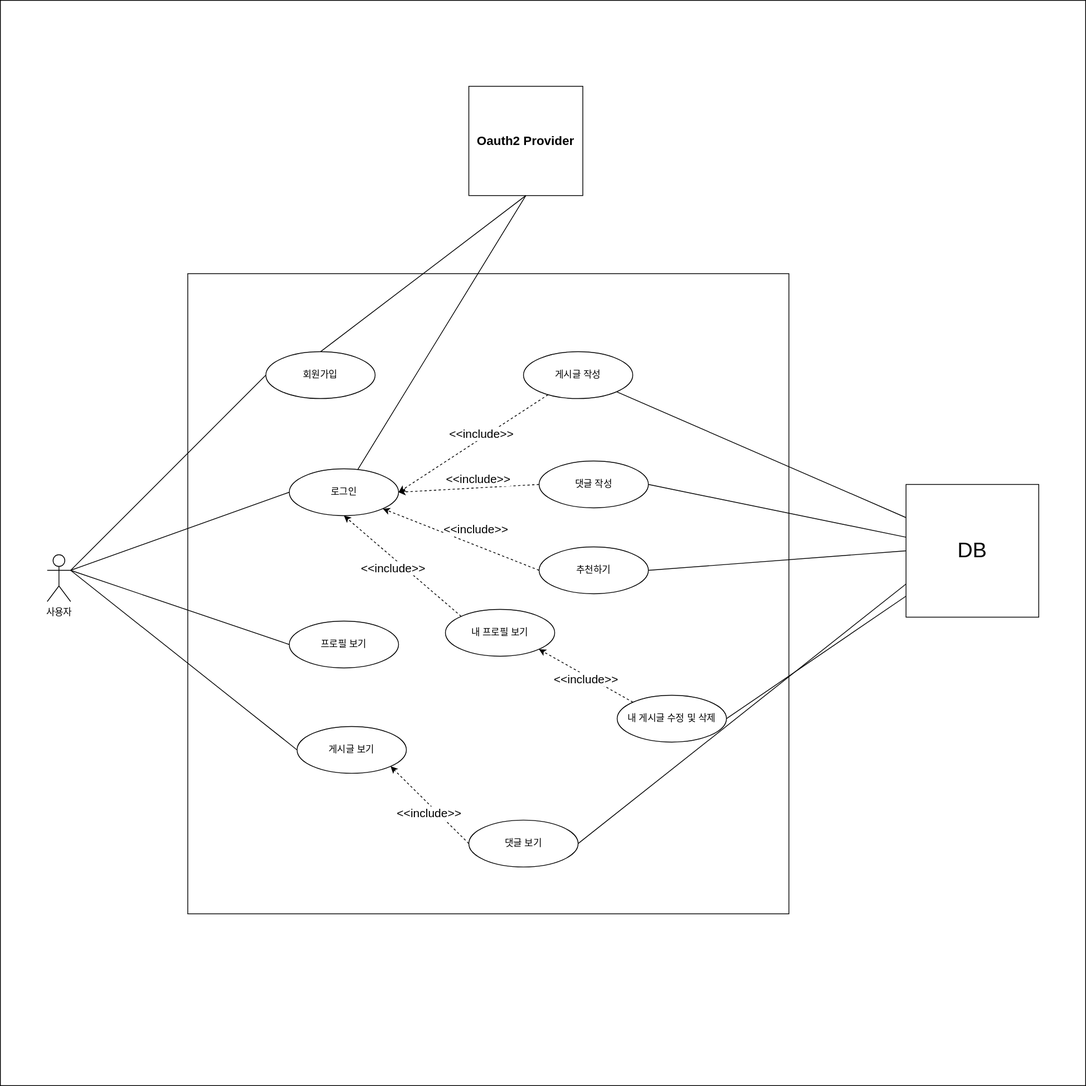
The draw.io diagram document/usecase.svg in leesh5000/DevLab-BE, before a commit. Source tidied: cells renumbered, new cells last; positions are measured from the earlier drawing's top-left corner, leaving out a move shared by most shapes.
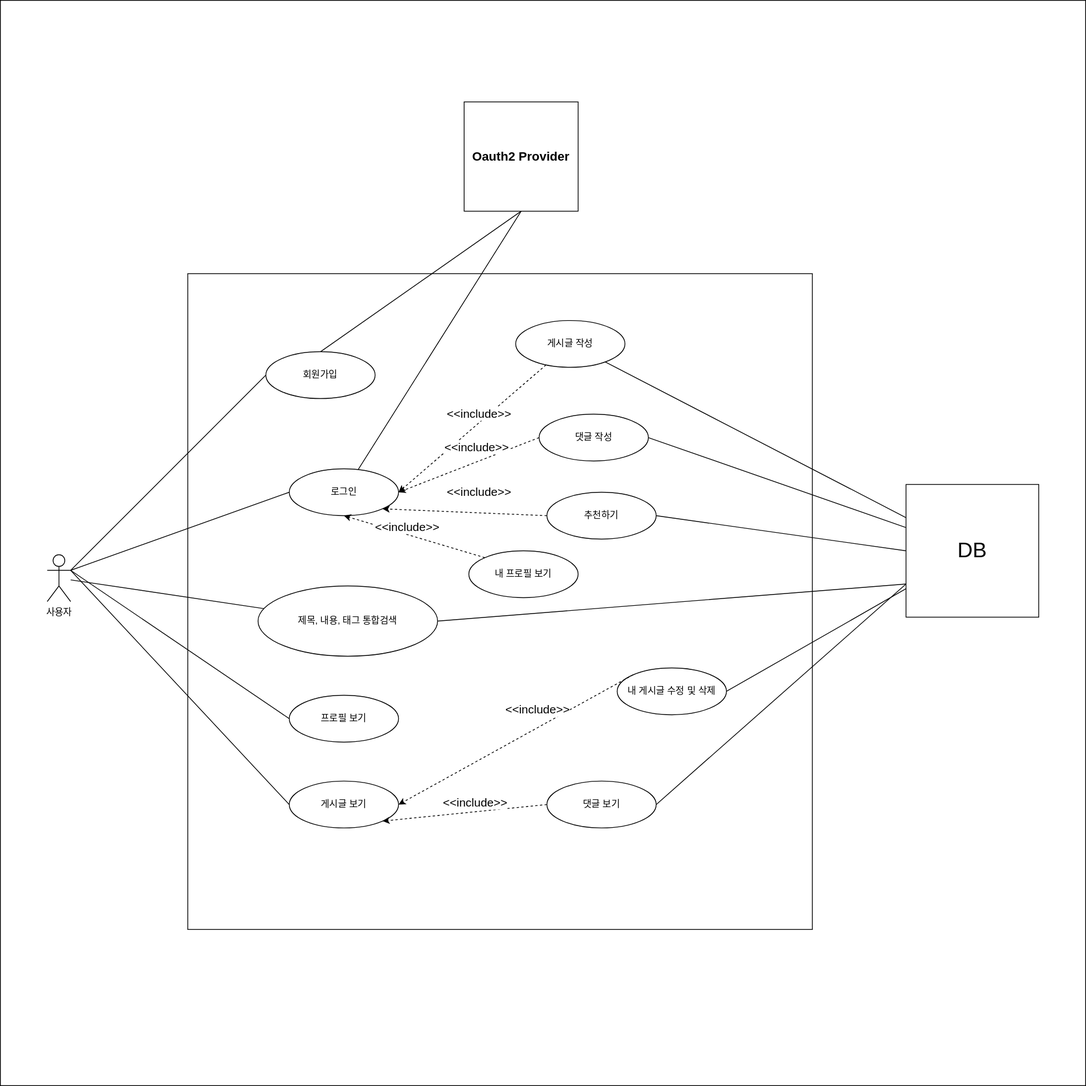
The same file after the commit.

Commit message:
#80 - 유즈케이스 수정

Change to the diagram source:
```diff
@@ -6,11 +6,14 @@
       <mxGeometry width="1390" height="1390" as="geometry" />
     </mxCell>
     <mxCell id="3" style="rounded=0;whiteSpace=wrap;html=1;" parent="1" vertex="1">
-      <mxGeometry x="240" y="350" width="770" height="820" as="geometry" />
+      <mxGeometry x="240" y="350" width="800" height="840" as="geometry" />
     </mxCell>
     <mxCell id="4" style="rounded=0;jettySize=auto;html=1;entryX=0;entryY=0.5;entryDx=0;entryDy=0;exitX=1;exitY=0.3333333333333333;exitDx=0;exitDy=0;exitPerimeter=0;endArrow=none;endFill=0;" parent="1" edge="1" source="5" target="7">
       <mxGeometry relative="1" as="geometry" />
     </mxCell>
+    <mxCell id="41" style="jettySize=auto;html=1;rounded=0;strokeColor=default;endArrow=none;endFill=0;" parent="1" edge="1" source="5" target="43">
+      <mxGeometry relative="1" as="geometry" />
+    </mxCell>
     <mxCell id="5" value="사용자" style="shape=umlActor;verticalLabelPosition=bottom;verticalAlign=top;html=1;" parent="1" vertex="1">
       <mxGeometry x="60" y="710" width="30" height="60" as="geometry" />
     </mxCell>
@@ -27,13 +30,13 @@
       <mxGeometry x="370" y="600" width="140" height="60" as="geometry" />
     </mxCell>
     <mxCell id="10" value="프로필 보기" style="ellipse;whiteSpace=wrap;html=1;" parent="1" vertex="1">
-      <mxGeometry x="370" y="795" width="140" height="60" as="geometry" />
+      <mxGeometry x="370" y="890" width="140" height="60" as="geometry" />
     </mxCell>
     <mxCell id="11" value="게시글 보기" style="ellipse;whiteSpace=wrap;html=1;" parent="1" vertex="1">
-      <mxGeometry x="380" y="930" width="140" height="60" as="geometry" />
+      <mxGeometry x="370" y="1000" width="140" height="60" as="geometry" />
     </mxCell>
     <mxCell id="12" value="&lt;font size=&quot;1&quot; style=&quot;&quot;&gt;&lt;b style=&quot;font-size: 16px;&quot;&gt;Oauth2 Provider&lt;/b&gt;&lt;/font&gt;" style="rounded=0;whiteSpace=wrap;html=1;" parent="1" vertex="1">
-      <mxGeometry x="600" y="110" width="146" height="140" as="geometry" />
+      <mxGeometry x="594" y="130" width="146" height="140" as="geometry" />
     </mxCell>
     <mxCell id="13" style="rounded=0;jettySize=auto;html=1;entryX=0;entryY=0.5;entryDx=0;entryDy=0;exitX=1;exitY=0.3333333333333333;exitDx=0;exitDy=0;exitPerimeter=0;endArrow=none;endFill=0;" parent="1" edge="1" source="5" target="9">
       <mxGeometry relative="1" as="geometry" />
@@ -56,19 +59,19 @@
       <mxGeometry relative="1" as="geometry" />
     </mxCell>
     <mxCell id="19" value="게시글 작성" style="ellipse;whiteSpace=wrap;html=1;" parent="1" vertex="1">
-      <mxGeometry x="670" y="450" width="140" height="60" as="geometry" />
+      <mxGeometry x="660" y="410" width="140" height="60" as="geometry" />
     </mxCell>
     <mxCell id="20" style="rounded=0;jettySize=auto;html=1;exitX=1;exitY=0.5;exitDx=0;exitDy=0;endArrow=none;endFill=0;" parent="1" edge="1" source="21" target="40">
       <mxGeometry relative="1" as="geometry" />
     </mxCell>
     <mxCell id="21" value="댓글 작성" style="ellipse;whiteSpace=wrap;html=1;" parent="1" vertex="1">
-      <mxGeometry x="690" y="590" width="140" height="60" as="geometry" />
+      <mxGeometry x="690" y="530" width="140" height="60" as="geometry" />
     </mxCell>
     <mxCell id="22" style="rounded=0;jettySize=auto;html=1;entryX=0;entryY=0.5;entryDx=0;entryDy=0;endArrow=none;endFill=0;exitX=1;exitY=0.5;exitDx=0;exitDy=0;" parent="1" edge="1" source="23" target="40">
       <mxGeometry relative="1" as="geometry" />
     </mxCell>
     <mxCell id="23" value="추천하기" style="ellipse;whiteSpace=wrap;html=1;" parent="1" vertex="1">
-      <mxGeometry x="690" y="700" width="140" height="60" as="geometry" />
+      <mxGeometry x="700" y="630" width="140" height="60" as="geometry" />
     </mxCell>
     <mxCell id="24" style="rounded=0;jettySize=auto;html=1;entryX=1;entryY=0.5;entryDx=0;entryDy=0;endArrow=classic;endFill=1;startArrow=none;startFill=0;dashed=1;exitX=0;exitY=0.5;exitDx=0;exitDy=0;" parent="1" edge="1" source="21" target="9">
       <mxGeometry relative="1" as="geometry" />
@@ -90,7 +93,7 @@
       <mxGeometry relative="1" as="geometry" />
     </mxCell>
     <mxCell id="29" value="내 프로필 보기" style="ellipse;whiteSpace=wrap;html=1;" parent="1" vertex="1">
-      <mxGeometry x="570" y="780" width="140" height="60" as="geometry" />
+      <mxGeometry x="600" y="705" width="140" height="60" as="geometry" />
     </mxCell>
     <mxCell id="30" style="rounded=0;jettySize=auto;html=1;entryX=0.5;entryY=1;entryDx=0;entryDy=0;endArrow=classic;endFill=1;startArrow=none;startFill=0;dashed=1;exitX=0;exitY=0;exitDx=0;exitDy=0;" parent="1" edge="1" source="29" target="9">
       <mxGeometry relative="1" as="geometry" />
@@ -104,9 +107,9 @@
       <mxGeometry relative="1" as="geometry" />
     </mxCell>
     <mxCell id="33" value="내 게시글 수정 및 삭제" style="ellipse;whiteSpace=wrap;html=1;" parent="1" vertex="1">
-      <mxGeometry x="790" y="890" width="140" height="60" as="geometry" />
+      <mxGeometry x="790" y="855" width="140" height="60" as="geometry" />
     </mxCell>
-    <mxCell id="34" style="rounded=0;jettySize=auto;html=1;entryX=1;entryY=1;entryDx=0;entryDy=0;endArrow=classic;endFill=1;startArrow=none;startFill=0;dashed=1;exitX=0;exitY=0;exitDx=0;exitDy=0;" parent="1" edge="1" source="33" target="29">
+    <mxCell id="34" style="rounded=0;jettySize=auto;html=1;entryX=1;entryY=0.5;entryDx=0;entryDy=0;endArrow=classic;endFill=1;startArrow=none;startFill=0;dashed=1;exitX=0;exitY=0;exitDx=0;exitDy=0;" parent="1" edge="1" source="33" target="11">
       <mxGeometry relative="1" as="geometry" />
     </mxCell>
     <mxCell id="35" value="&amp;lt;&amp;lt;include&amp;gt;&amp;gt;" style="edgeLabel;html=1;align=center;verticalAlign=middle;fontSize=15;" parent="34" vertex="1">
@@ -118,7 +121,7 @@
       <mxGeometry relative="1" as="geometry" />
     </mxCell>
     <mxCell id="37" value="댓글 보기" style="ellipse;whiteSpace=wrap;html=1;" parent="1" vertex="1">
-      <mxGeometry x="600" y="1050" width="140" height="60" as="geometry" />
+      <mxGeometry x="700" y="1000" width="140" height="60" as="geometry" />
     </mxCell>
     <mxCell id="38" style="rounded=0;jettySize=auto;html=1;entryX=1;entryY=1;entryDx=0;entryDy=0;endArrow=classic;endFill=1;startArrow=none;startFill=0;dashed=1;exitX=0;exitY=0.5;exitDx=0;exitDy=0;" parent="1" edge="1" source="37" target="11">
       <mxGeometry relative="1" as="geometry" />
@@ -131,5 +134,11 @@
     <mxCell id="40" value="&lt;font style=&quot;font-size: 27px;&quot;&gt;DB&lt;/font&gt;" style="whiteSpace=wrap;html=1;" parent="1" vertex="1">
       <mxGeometry x="1160" y="620" width="170" height="170" as="geometry" />
     </mxCell>
+    <mxCell id="42" style="rounded=0;jettySize=auto;html=1;entryX=0;entryY=0.75;entryDx=0;entryDy=0;endArrow=none;endFill=0;exitX=1;exitY=0.5;exitDx=0;exitDy=0;" parent="1" edge="1" source="43" target="40">
+      <mxGeometry relative="1" as="geometry" />
+    </mxCell>
+    <mxCell id="43" value="제목, 내용, 태그 통합검색" style="ellipse;whiteSpace=wrap;html=1;" parent="1" vertex="1">
+      <mxGeometry x="330" y="750" width="230" height="90" as="geometry" />
+    </mxCell>
   </root>
 </mxGraphModel>
```
